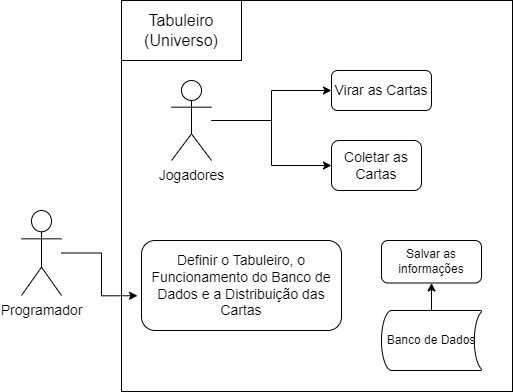
Above: Diagrama de Caso de Uso.drawio.png in FelipeRibeirooo/Entrega-03-OO-UML (draw.io), before the change. Source tidied: cells renumbered, new cells last; positions are measured from the earlier drawing's top-left corner, leaving out a move shared by most shapes.
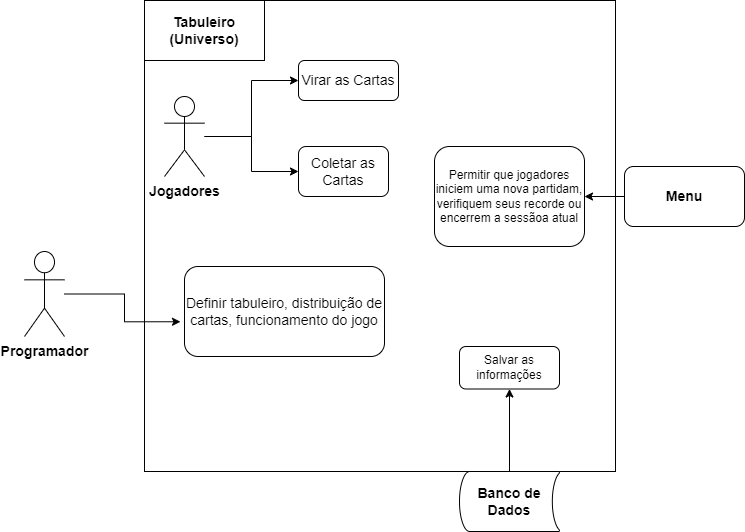
After the change.

The edit, as a diff of the source:
```diff
@@ -2,11 +2,11 @@
   <root>
     <mxCell id="0" />
     <mxCell id="1" parent="0" />
-    <mxCell id="2" value="&lt;font style=&quot;font-size: 14px;&quot;&gt;Programador&lt;/font&gt;" style="shape=umlActor;verticalLabelPosition=bottom;verticalAlign=top;html=1;outlineConnect=0;" parent="1" vertex="1">
-      <mxGeometry y="210" width="40" height="85" as="geometry" />
+    <mxCell id="2" value="&lt;font style=&quot;font-size: 14px;&quot;&gt;&lt;b&gt;Programador&lt;/b&gt;&lt;/font&gt;" style="shape=umlActor;verticalLabelPosition=bottom;verticalAlign=top;html=1;outlineConnect=0;" parent="1" vertex="1">
+      <mxGeometry x="-90" y="225" width="40" height="85" as="geometry" />
     </mxCell>
     <mxCell id="3" style="whiteSpace=wrap;html=1;rounded=0;glass=0;shadow=0;" parent="1" vertex="1">
-      <mxGeometry x="100" width="391" height="391" as="geometry" />
+      <mxGeometry x="30" y="-26" width="471" height="471" as="geometry" />
     </mxCell>
     <mxCell id="4" style="edgeStyle=orthogonalEdgeStyle;rounded=0;orthogonalLoop=1;jettySize=auto;html=1;exitX=0.5;exitY=1;exitDx=0;exitDy=0;" parent="1" edge="1">
       <mxGeometry relative="1" as="geometry">
@@ -20,20 +20,20 @@
     <mxCell id="6" style="edgeStyle=orthogonalEdgeStyle;rounded=0;jettySize=auto;html=1;" parent="1" edge="1" source="7" target="10">
       <mxGeometry relative="1" as="geometry" />
     </mxCell>
-    <mxCell id="7" value="&lt;div&gt;&lt;font style=&quot;font-size: 14px;&quot;&gt;Jogadores&lt;/font&gt;&lt;/div&gt;" style="shape=umlActor;verticalLabelPosition=bottom;verticalAlign=top;html=1;outlineConnect=0;" parent="1" vertex="1">
-      <mxGeometry x="150" y="80" width="40" height="80" as="geometry" />
+    <mxCell id="7" value="&lt;div&gt;&lt;font style=&quot;font-size: 14px;&quot;&gt;&lt;b&gt;Jogadores&lt;/b&gt;&lt;/font&gt;&lt;/div&gt;" style="shape=umlActor;verticalLabelPosition=bottom;verticalAlign=top;html=1;outlineConnect=0;" parent="1" vertex="1">
+      <mxGeometry x="50" y="70" width="40" height="80" as="geometry" />
     </mxCell>
-    <mxCell id="8" value="&lt;font style=&quot;font-size: 14px;&quot;&gt;Definir o Tabuleiro, o Funcionamento do Banco de Dados e a Distribuição das Cartas&lt;/font&gt;" style="text;html=1;strokeColor=default;fillColor=none;align=center;verticalAlign=middle;whiteSpace=wrap;rounded=1;" parent="1" vertex="1">
-      <mxGeometry x="120" y="240" width="200" height="90" as="geometry" />
+    <mxCell id="8" value="&lt;font style=&quot;font-size: 14px;&quot;&gt;Definir tabuleiro, distribuição de cartas, funcionamento do jogo&lt;/font&gt;" style="text;html=1;strokeColor=default;fillColor=none;align=center;verticalAlign=middle;whiteSpace=wrap;rounded=1;" parent="1" vertex="1">
+      <mxGeometry x="70" y="240" width="200" height="90" as="geometry" />
     </mxCell>
     <mxCell id="9" value="&lt;font style=&quot;font-size: 14px;&quot;&gt;Virar as Cartas&lt;/font&gt;" style="text;html=1;strokeColor=default;fillColor=none;align=center;verticalAlign=middle;whiteSpace=wrap;rounded=1;" parent="1" vertex="1">
-      <mxGeometry x="310" y="70" width="100" height="40" as="geometry" />
+      <mxGeometry x="184" y="34" width="100" height="40" as="geometry" />
     </mxCell>
     <mxCell id="10" value="&lt;font style=&quot;font-size: 14px;&quot;&gt;Coletar as Cartas&lt;/font&gt;" style="text;html=1;strokeColor=default;fillColor=none;align=center;verticalAlign=middle;whiteSpace=wrap;rounded=1;" parent="1" vertex="1">
-      <mxGeometry x="310" y="140" width="90" height="50" as="geometry" />
+      <mxGeometry x="184" y="120" width="90" height="50" as="geometry" />
     </mxCell>
-    <mxCell id="11" value="&lt;font size=&quot;3&quot;&gt;Tabuleiro (Universo)&lt;/font&gt;" style="rounded=0;whiteSpace=wrap;html=1;" parent="1" vertex="1">
-      <mxGeometry x="100" width="120" height="60" as="geometry" />
+    <mxCell id="11" value="&lt;b style=&quot;&quot;&gt;&lt;font style=&quot;font-size: 14px;&quot;&gt;Tabuleiro (Universo)&lt;/font&gt;&lt;/b&gt;" style="rounded=0;whiteSpace=wrap;html=1;" parent="1" vertex="1">
+      <mxGeometry x="30" y="-26" width="120" height="60" as="geometry" />
     </mxCell>
     <mxCell id="12" style="edgeStyle=orthogonalEdgeStyle;rounded=0;jettySize=auto;html=1;entryX=-0.02;entryY=0.614;entryDx=0;entryDy=0;entryPerimeter=0;" parent="1" edge="1" source="2" target="8">
       <mxGeometry relative="1" as="geometry" />
@@ -41,11 +41,20 @@
     <mxCell id="13" style="edgeStyle=orthogonalEdgeStyle;rounded=0;jettySize=auto;html=1;entryX=0.5;entryY=1;entryDx=0;entryDy=0;" parent="1" edge="1" source="14" target="15">
       <mxGeometry relative="1" as="geometry" />
     </mxCell>
-    <mxCell id="14" value="Banco de Dados" style="strokeWidth=1;html=1;shape=mxgraph.flowchart.stored_data;whiteSpace=wrap;fillColor=default;" parent="1" vertex="1">
-      <mxGeometry x="360" y="310" width="100" height="60" as="geometry" />
+    <mxCell id="14" value="&lt;b&gt;&lt;font style=&quot;font-size: 14px;&quot;&gt;Banco de Dados&lt;/font&gt;&lt;/b&gt;" style="strokeWidth=1;html=1;shape=mxgraph.flowchart.stored_data;whiteSpace=wrap;fillColor=default;" parent="1" vertex="1">
+      <mxGeometry x="345" y="445" width="100" height="60" as="geometry" />
     </mxCell>
     <mxCell id="15" value="Salvar as informações" style="rounded=1;whiteSpace=wrap;html=1;" parent="1" vertex="1">
-      <mxGeometry x="360" y="240" width="100" height="42.5" as="geometry" />
+      <mxGeometry x="345" y="320" width="100" height="42.5" as="geometry" />
     </mxCell>
+    <mxCell id="16" value="Permitir que jogadores iniciem uma nova partidam, verifiquem seus recorde ou encerrem a sessãoa atual" style="rounded=1;whiteSpace=wrap;html=1;" parent="1" vertex="1">
+      <mxGeometry x="320" y="120" width="150" height="100" as="geometry" />
+    </mxCell>
+    <mxCell id="17" style="edgeStyle=orthogonalEdgeStyle;rounded=0;jettySize=auto;html=1;" parent="1" edge="1" source="18" target="16">
+      <mxGeometry relative="1" as="geometry" />
+    </mxCell>
+    <mxCell id="18" value="&lt;b&gt;&lt;font style=&quot;font-size: 14px;&quot;&gt;Menu&lt;/font&gt;&lt;/b&gt;" style="rounded=1;whiteSpace=wrap;html=1;" parent="1" vertex="1">
+      <mxGeometry x="510" y="140" width="120" height="60" as="geometry" />
+    </mxCell>
   </root>
 </mxGraphModel>
```
